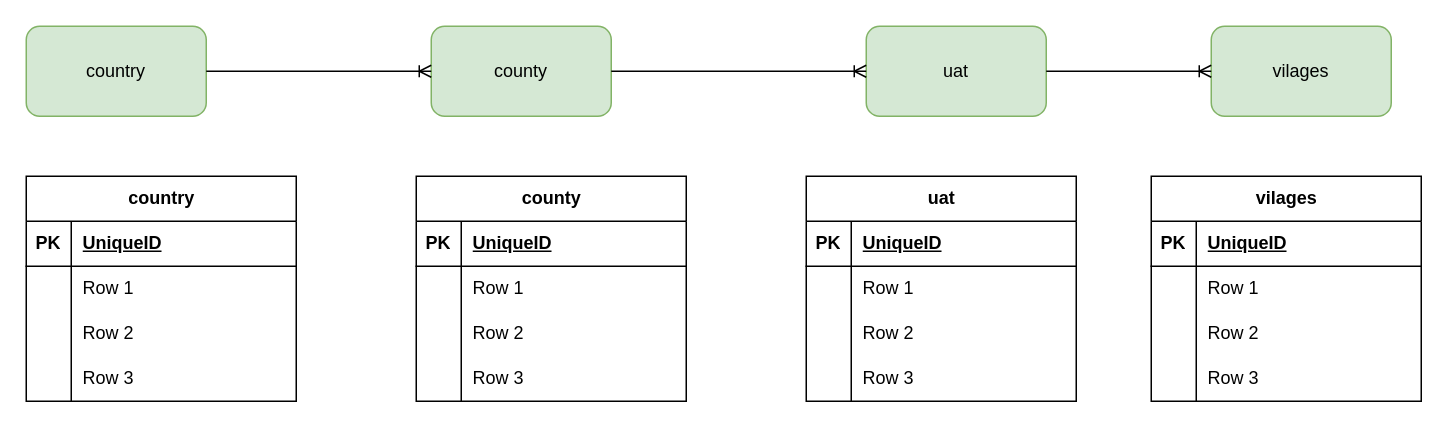
This is spatial.drawio from cristian19122001/spatial_db1, a draw.io file, before an edit. Source tidied: cells renumbered, new cells numbered last; positions are measured from the earlier drawing's top-left corner, leaving out a move shared by most shapes. Both pictures are drawn from the tidied source at 150%, with x=0, y=0 at pixel (26, 26).
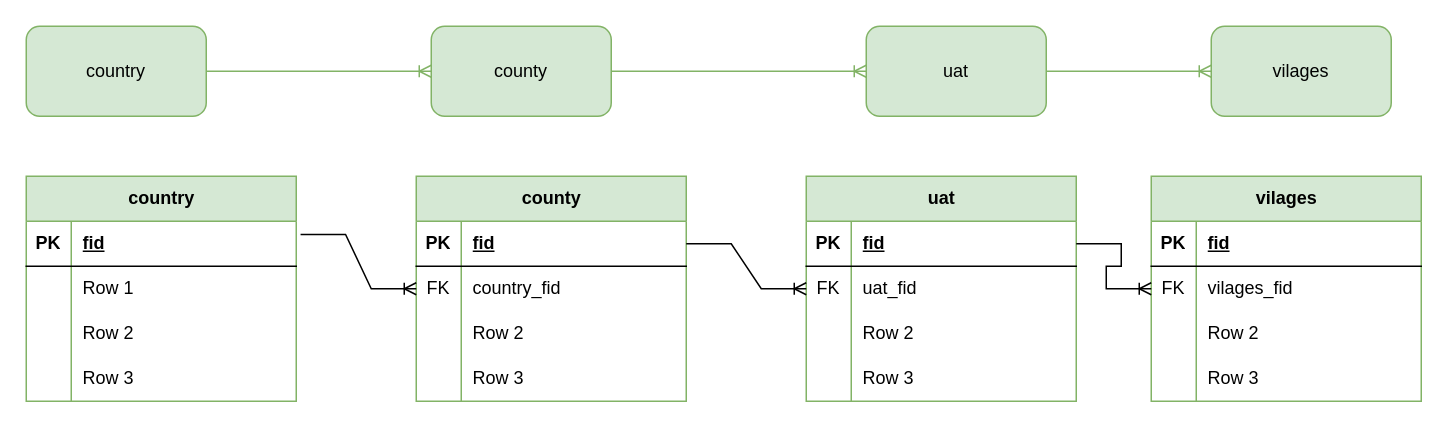
The same page after the edit.

Unchanged cells that the change refers to:
```xml
<mxCell id="2" value="country" style="rounded=1;whiteSpace=wrap;html=1;fillColor=#d5e8d4;strokeColor=#82b366;" parent="1" vertex="1">
  <mxGeometry width="120" height="60" as="geometry" />
</mxCell>
<mxCell id="3" value="county" style="rounded=1;whiteSpace=wrap;html=1;fillColor=#d5e8d4;strokeColor=#82b366;" parent="1" vertex="1">
  <mxGeometry x="270" width="120" height="60" as="geometry" />
</mxCell>
<mxCell id="4" value="uat" style="rounded=1;whiteSpace=wrap;html=1;fillColor=#d5e8d4;strokeColor=#82b366;" parent="1" vertex="1">
  <mxGeometry x="560" width="120" height="60" as="geometry" />
</mxCell>
<mxCell id="5" value="vilages" style="rounded=1;whiteSpace=wrap;html=1;fillColor=#d5e8d4;strokeColor=#82b366;" parent="1" vertex="1">
  <mxGeometry x="790" width="120" height="60" as="geometry" />
</mxCell>
<mxCell id="10" style="shape=tableRow;horizontal=0;startSize=0;swimlaneHead=0;swimlaneBody=0;fillColor=none;points=[[0,0.5],[1,0.5]];portConstraint=eastwest;top=0;left=0;right=0;bottom=1;" parent="9" vertex="1">
  <mxGeometry y="30" width="180" height="30" as="geometry" />
</mxCell>
<mxCell id="23" style="shape=tableRow;horizontal=0;startSize=0;swimlaneHead=0;swimlaneBody=0;fillColor=none;points=[[0,0.5],[1,0.5]];portConstraint=eastwest;top=0;left=0;right=0;bottom=1;" parent="22" vertex="1">
  <mxGeometry y="30" width="180" height="30" as="geometry" />
</mxCell>
<mxCell id="26" style="shape=tableRow;horizontal=0;startSize=0;swimlaneHead=0;swimlaneBody=0;fillColor=none;points=[[0,0.5],[1,0.5]];portConstraint=eastwest;top=0;left=0;right=0;bottom=0;" parent="22" vertex="1">
  <mxGeometry y="60" width="180" height="30" as="geometry" />
</mxCell>
<mxCell id="36" style="shape=tableRow;horizontal=0;startSize=0;swimlaneHead=0;swimlaneBody=0;fillColor=none;points=[[0,0.5],[1,0.5]];portConstraint=eastwest;top=0;left=0;right=0;bottom=1;" parent="35" vertex="1">
  <mxGeometry y="30" width="180" height="30" as="geometry" />
</mxCell>
<mxCell id="39" style="shape=tableRow;horizontal=0;startSize=0;swimlaneHead=0;swimlaneBody=0;fillColor=none;points=[[0,0.5],[1,0.5]];portConstraint=eastwest;top=0;left=0;right=0;bottom=0;" parent="35" vertex="1">
  <mxGeometry y="60" width="180" height="30" as="geometry" />
</mxCell>
<mxCell id="49" style="shape=tableRow;horizontal=0;startSize=0;swimlaneHead=0;swimlaneBody=0;fillColor=none;top=0;left=0;right=0;bottom=1;" parent="48" vertex="1">
  <mxGeometry y="30" width="180" height="30" as="geometry" />
</mxCell>
<mxCell id="52" style="shape=tableRow;horizontal=0;startSize=0;swimlaneHead=0;swimlaneBody=0;fillColor=none;points=[[0,0.5],[1,0.5]];portConstraint=eastwest;top=0;left=0;right=0;bottom=0;" parent="48" vertex="1">
  <mxGeometry y="60" width="180" height="30" as="geometry" />
</mxCell>
```

The edit, as a diff of the source:
```diff
@@
-    <mxCell id="6" style="edgeStyle=entityRelationEdgeStyle;fontSize=12;html=1;endArrow=ERoneToMany;rounded=0;exitX=1;exitY=0.5;exitDx=0;exitDy=0;" parent="1" edge="1" source="2" target="3">
+    <mxCell id="6" style="edgeStyle=entityRelationEdgeStyle;fontSize=12;html=1;endArrow=ERoneToMany;rounded=0;exitX=1;exitY=0.5;exitDx=0;exitDy=0;fillColor=#d5e8d4;strokeColor=#82b366;" parent="1" edge="1" source="2" target="3">
       <mxGeometry relative="1" as="geometry" />
     </mxCell>
-    <mxCell id="7" style="edgeStyle=entityRelationEdgeStyle;fontSize=12;html=1;endArrow=ERoneToMany;rounded=0;exitX=1;exitY=0.5;exitDx=0;exitDy=0;entryX=0;entryY=0.5;entryDx=0;entryDy=0;" parent="1" edge="1" source="3" target="4">
+    <mxCell id="7" style="edgeStyle=entityRelationEdgeStyle;fontSize=12;html=1;endArrow=ERoneToMany;rounded=0;exitX=1;exitY=0.5;exitDx=0;exitDy=0;entryX=0;entryY=0.5;entryDx=0;entryDy=0;fillColor=#d5e8d4;strokeColor=#82b366;" parent="1" edge="1" source="3" target="4">
       <mxGeometry relative="1" as="geometry" />
     </mxCell>
-    <mxCell id="8" style="edgeStyle=entityRelationEdgeStyle;fontSize=12;html=1;endArrow=ERoneToMany;rounded=0;exitX=1;exitY=0.5;exitDx=0;exitDy=0;entryX=0;entryY=0.5;entryDx=0;entryDy=0;" parent="1" edge="1" target="5">
+    <mxCell id="8" style="edgeStyle=entityRelationEdgeStyle;fontSize=12;html=1;endArrow=ERoneToMany;rounded=0;exitX=1;exitY=0.5;exitDx=0;exitDy=0;entryX=0;entryY=0.5;entryDx=0;entryDy=0;fillColor=#d5e8d4;strokeColor=#82b366;" parent="1" edge="1" target="5">
       <mxGeometry relative="1" as="geometry">
         <mxPoint x="680" y="30" as="sourcePoint" />
       </mxGeometry>
     </mxCell>
-    <mxCell id="9" value="country" style="shape=table;startSize=30;childLayout=tableLayout;rowLines=0;fontStyle=1;align=center;html=1;" parent="1" vertex="1">
+    <mxCell id="9" value="country" style="shape=table;startSize=30;childLayout=tableLayout;rowLines=0;fontStyle=1;align=center;html=1;fillColor=#d5e8d4;strokeColor=#82b366;" parent="1" vertex="1">
       <mxGeometry y="100" width="180" height="150" as="geometry" />
     </mxCell>
@@
-    <mxCell id="12" value="UniqueID" style="shape=partialRectangle;fillColor=none;top=0;left=0;bottom=0;right=0;align=left;spacingLeft=6;fontStyle=5;overflow=hidden;whiteSpace=wrap;html=1;" parent="10" vertex="1">
+    <mxCell id="12" value="fid" style="shape=partialRectangle;fillColor=none;top=0;left=0;bottom=0;right=0;align=left;spacingLeft=6;fontStyle=5;overflow=hidden;whiteSpace=wrap;html=1;" parent="10" vertex="1">
       <mxGeometry x="30" width="150" height="30" as="geometry" />
     </mxCell>
@@
-    <mxCell id="22" value="county" style="shape=table;startSize=30;childLayout=tableLayout;rowLines=0;fontStyle=1;align=center;html=1;" parent="1" vertex="1">
+    <mxCell id="22" value="county" style="shape=table;startSize=30;childLayout=tableLayout;rowLines=0;fontStyle=1;align=center;html=1;fillColor=#d5e8d4;strokeColor=#82b366;" parent="1" vertex="1">
       <mxGeometry x="260" y="100" width="180" height="150" as="geometry" />
     </mxCell>
@@
-    <mxCell id="25" value="UniqueID" style="shape=partialRectangle;fillColor=none;top=0;left=0;bottom=0;right=0;align=left;spacingLeft=6;fontStyle=5;overflow=hidden;whiteSpace=wrap;html=1;" parent="23" vertex="1">
+    <mxCell id="25" value="fid" style="shape=partialRectangle;fillColor=none;top=0;left=0;bottom=0;right=0;align=left;spacingLeft=6;fontStyle=5;overflow=hidden;whiteSpace=wrap;html=1;" parent="23" vertex="1">
       <mxGeometry x="30" width="150" height="30" as="geometry" />
     </mxCell>
@@
-    <mxCell id="27" style="shape=partialRectangle;fillColor=none;top=0;left=0;bottom=0;right=0;overflow=hidden;whiteSpace=wrap;html=1;" parent="26" vertex="1">
+    <mxCell id="27" value="FK" style="shape=partialRectangle;fillColor=none;top=0;left=0;bottom=0;right=0;overflow=hidden;whiteSpace=wrap;html=1;" parent="26" vertex="1">
       <mxGeometry width="30" height="30" as="geometry" />
     </mxCell>
-    <mxCell id="28" value="Row 1" style="shape=partialRectangle;fillColor=none;top=0;left=0;bottom=0;right=0;align=left;spacingLeft=6;overflow=hidden;whiteSpace=wrap;html=1;" parent="26" vertex="1">
+    <mxCell id="28" value="country_fid" style="shape=partialRectangle;fillColor=none;top=0;left=0;bottom=0;right=0;align=left;spacingLeft=6;overflow=hidden;whiteSpace=wrap;html=1;" parent="26" vertex="1">
       <mxGeometry x="30" width="150" height="30" as="geometry" />
     </mxCell>
@@
-    <mxCell id="35" value="uat" style="shape=table;startSize=30;childLayout=tableLayout;rowLines=0;fontStyle=1;align=center;html=1;" parent="1" vertex="1">
+    <mxCell id="35" value="uat" style="shape=table;startSize=30;childLayout=tableLayout;rowLines=0;fontStyle=1;align=center;html=1;fillColor=#d5e8d4;strokeColor=#82b366;" parent="1" vertex="1">
       <mxGeometry x="520" y="100" width="180" height="150" as="geometry" />
     </mxCell>
@@
-    <mxCell id="38" value="UniqueID" style="shape=partialRectangle;fillColor=none;top=0;left=0;bottom=0;right=0;align=left;spacingLeft=6;fontStyle=5;overflow=hidden;whiteSpace=wrap;html=1;" parent="36" vertex="1">
+    <mxCell id="38" value="fid" style="shape=partialRectangle;fillColor=none;top=0;left=0;bottom=0;right=0;align=left;spacingLeft=6;fontStyle=5;overflow=hidden;whiteSpace=wrap;html=1;" parent="36" vertex="1">
       <mxGeometry x="30" width="150" height="30" as="geometry" />
     </mxCell>
@@
-    <mxCell id="40" style="shape=partialRectangle;fillColor=none;top=0;left=0;bottom=0;right=0;overflow=hidden;whiteSpace=wrap;html=1;" parent="39" vertex="1">
+    <mxCell id="40" value="FK" style="shape=partialRectangle;fillColor=none;top=0;left=0;bottom=0;right=0;overflow=hidden;whiteSpace=wrap;html=1;" parent="39" vertex="1">
       <mxGeometry width="30" height="30" as="geometry" />
     </mxCell>
-    <mxCell id="41" value="Row 1" style="shape=partialRectangle;fillColor=none;top=0;left=0;bottom=0;right=0;align=left;spacingLeft=6;overflow=hidden;whiteSpace=wrap;html=1;" parent="39" vertex="1">
+    <mxCell id="41" value="uat_fid" style="shape=partialRectangle;fillColor=none;top=0;left=0;bottom=0;right=0;align=left;spacingLeft=6;overflow=hidden;whiteSpace=wrap;html=1;" parent="39" vertex="1">
       <mxGeometry x="30" width="150" height="30" as="geometry" />
     </mxCell>
@@
-    <mxCell id="48" value="vilages" style="shape=table;startSize=30;childLayout=tableLayout;rowLines=0;fontStyle=1;align=center;html=1;" parent="1" vertex="1">
+    <mxCell id="48" value="vilages" style="shape=table;startSize=30;childLayout=tableLayout;rowLines=0;fontStyle=1;align=center;html=1;fillColor=#d5e8d4;strokeColor=#82b366;" parent="1" vertex="1">
       <mxGeometry x="750" y="100" width="180" height="150" as="geometry" />
     </mxCell>
@@
-    <mxCell id="51" value="UniqueID" style="shape=partialRectangle;fillColor=none;top=0;left=0;bottom=0;right=0;align=left;spacingLeft=6;fontStyle=5;overflow=hidden;whiteSpace=wrap;html=1;" parent="49" vertex="1">
+    <mxCell id="51" value="fid" style="shape=partialRectangle;fillColor=none;top=0;left=0;bottom=0;right=0;align=left;spacingLeft=6;fontStyle=5;overflow=hidden;whiteSpace=wrap;html=1;" parent="49" vertex="1">
       <mxGeometry x="30" width="150" height="30" as="geometry" />
     </mxCell>
@@
-    <mxCell id="53" style="shape=partialRectangle;fillColor=none;top=0;left=0;bottom=0;right=0;overflow=hidden;whiteSpace=wrap;html=1;" parent="52" vertex="1">
+    <mxCell id="53" value="FK" style="shape=partialRectangle;fillColor=none;top=0;left=0;bottom=0;right=0;overflow=hidden;whiteSpace=wrap;html=1;" parent="52" vertex="1">
       <mxGeometry width="30" height="30" as="geometry" />
     </mxCell>
-    <mxCell id="54" value="Row 1" style="shape=partialRectangle;fillColor=none;top=0;left=0;bottom=0;right=0;align=left;spacingLeft=6;overflow=hidden;whiteSpace=wrap;html=1;" parent="52" vertex="1">
+    <mxCell id="54" value="vilages_fid" style="shape=partialRectangle;fillColor=none;top=0;left=0;bottom=0;right=0;align=left;spacingLeft=6;overflow=hidden;whiteSpace=wrap;html=1;" parent="52" vertex="1">
       <mxGeometry x="30" width="150" height="30" as="geometry" />
     </mxCell>
@@
+    <mxCell id="61" style="edgeStyle=entityRelationEdgeStyle;fontSize=12;html=1;endArrow=ERoneToMany;rounded=0;exitX=1.016;exitY=0.293;exitDx=0;exitDy=0;exitPerimeter=0;entryX=0;entryY=0.5;entryDx=0;entryDy=0;" parent="1" edge="1" source="10" target="26">
+      <mxGeometry relative="1" as="geometry" />
+    </mxCell>
+    <mxCell id="62" style="edgeStyle=entityRelationEdgeStyle;fontSize=12;html=1;endArrow=ERoneToMany;rounded=0;exitX=1;exitY=0.5;exitDx=0;exitDy=0;entryX=0;entryY=0.5;entryDx=0;entryDy=0;" parent="1" edge="1" source="23" target="39">
+      <mxGeometry relative="1" as="geometry" />
+    </mxCell>
+    <mxCell id="63" style="edgeStyle=entityRelationEdgeStyle;fontSize=12;html=1;endArrow=ERoneToMany;rounded=0;exitX=1;exitY=0.5;exitDx=0;exitDy=0;entryX=0;entryY=0.5;entryDx=0;entryDy=0;" parent="1" edge="1" source="36" target="52">
+      <mxGeometry relative="1" as="geometry" />
+    </mxCell>
```
